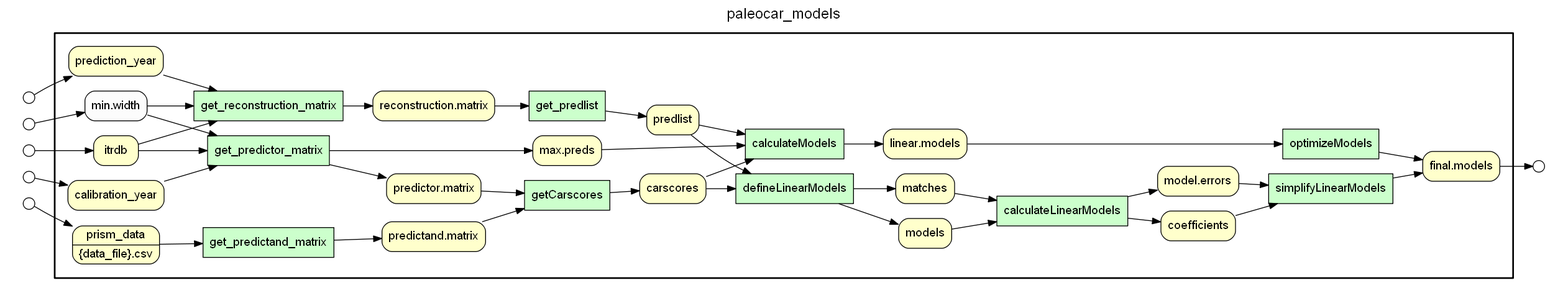
This is public/prospective_prov_img/paleocar_models_provenance.png from idaks/wt-prov-Summer-2017, a Graphviz export, as it was before one commit. Its source is kept beside it as .prov_scripts/gv_files/paleocar_models_provenance.gv. Source of this version:
```dot
digraph Workflow {
rankdir=LR
fontname=Helvetica; fontsize=18; labelloc=t
label=paleocar_models
subgraph cluster_workflow_box_outer { label=""; color=black; penwidth=2
subgraph cluster_workflow_box_inner { label=""; penwidth=0
node[shape=box style=filled fillcolor="#CCFFCC" peripheries=1 fontname=Helvetica]
get_predictor_matrix
get_reconstruction_matrix
get_predlist
get_predictand_matrix
getCarscores
calculateModels
defineLinearModels
calculateLinearModels
simplifyLinearModels
optimizeModels
node[shape=box style="rounded,filled" fillcolor="#FFFFCC" peripheries=1 fontname=Helvetica]
itrdb
calibration_year
prediction_year
"reconstruction.matrix"
prism_data [shape=record rankdir=LR label="{{<f0> prism_data |<f1> \{data_file\}.csv}}"];
"predictand.matrix"
"predictor.matrix"
predlist
carscores
"max.preds"
models
matches
coefficients
"model.errors"
"linear.models"
"final.models"
node[shape=box style="rounded,filled" fillcolor="#FCFCFC" peripheries=1 fontname=Helvetica]
"min.width"
get_predictor_matrix -> "predictor.matrix"
get_predictor_matrix -> "max.preds"
itrdb -> get_predictor_matrix
calibration_year -> get_predictor_matrix
"min.width" -> get_predictor_matrix
get_reconstruction_matrix -> "reconstruction.matrix"
itrdb -> get_reconstruction_matrix
prediction_year -> get_reconstruction_matrix
"min.width" -> get_reconstruction_matrix
get_predlist -> predlist
"reconstruction.matrix" -> get_predlist
get_predictand_matrix -> "predictand.matrix"
prism_data -> get_predictand_matrix
getCarscores -> carscores
"predictand.matrix" -> getCarscores
"predictor.matrix" -> getCarscores
calculateModels -> "linear.models"
predlist -> calculateModels
carscores -> calculateModels
"max.preds" -> calculateModels
defineLinearModels -> models
defineLinearModels -> matches
predlist -> defineLinearModels
carscores -> defineLinearModels
calculateLinearModels -> coefficients
calculateLinearModels -> "model.errors"
models -> calculateLinearModels
matches -> calculateLinearModels
simplifyLinearModels -> "final.models"
coefficients -> simplifyLinearModels
"model.errors" -> simplifyLinearModels
optimizeModels -> "final.models"
"linear.models" -> optimizeModels
}}
subgraph cluster_input_ports_group_outer { label=""; penwidth=0
subgraph cluster_input_ports_group_inner { label=""; penwidth=0
node[shape=circle style="rounded,filled" fillcolor="#FFFFFF" peripheries=1 fontname=Helvetica width=0.2]
itrdb_input_port [label=""]
prism_data_input_port [label=""]
calibration_year_input_port [label=""]
prediction_year_input_port [label=""]
"min.width_input_port" [label=""]
}}
subgraph cluster_output_ports_group_outer { label=""; penwidth=0
subgraph cluster_output_ports_group_inner { label=""; penwidth=0
node[shape=circle style="rounded,filled" fillcolor="#FFFFFF" peripheries=1 fontname=Helvetica width=0.2]
"final.models_output_port" [label=""]
}}
itrdb_input_port -> itrdb
prism_data_input_port -> prism_data
calibration_year_input_port -> calibration_year
prediction_year_input_port -> prediction_year
"min.width_input_port" -> "min.width"
"final.models" -> "final.models_output_port"
}
```
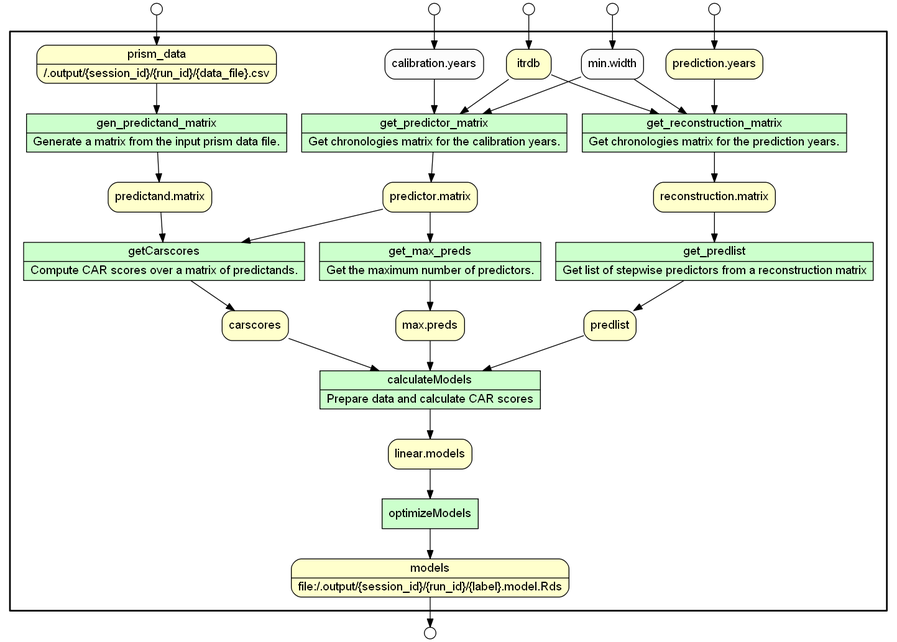
After the change.

What changed in the source:
```diff
@@ -1,52 +1,47 @@
 digraph Workflow {
-rankdir=LR
+rankdir=TB
 fontname=Helvetica; fontsize=18; labelloc=t
-label=paleocar_models
+label=""
 subgraph cluster_workflow_box_outer { label=""; color=black; penwidth=2
 subgraph cluster_workflow_box_inner { label=""; penwidth=0
 node[shape=box style=filled fillcolor="#CCFFCC" peripheries=1 fontname=Helvetica]
-get_predictor_matrix
-get_reconstruction_matrix
-get_predlist
-get_predictand_matrix
-getCarscores
-calculateModels
-defineLinearModels
-calculateLinearModels
-simplifyLinearModels
+get_predictor_matrix [shape=record rankdir=LR label="{<f0> get_predictor_matrix |<f1> Get chronologies matrix for the calibration years.}"];
+get_max_preds [shape=record rankdir=LR label="{<f0> get_max_preds |<f1> Get the maximum number of predictors.}"];
+get_reconstruction_matrix [shape=record rankdir=LR label="{<f0> get_reconstruction_matrix |<f1> Get chronologies matrix for the prediction years.}"];
+gen_predictand_matrix [shape=record rankdir=LR label="{<f0> gen_predictand_matrix |<f1> Generate a matrix from the input prism data file.}"];
+get_predlist [shape=record rankdir=LR label="{<f0> get_predlist |<f1> Get list of stepwise predictors from a reconstruction matrix}"];
+getCarscores [shape=record rankdir=LR label="{<f0> getCarscores |<f1> Compute CAR scores over a matrix of predictands.}"];
+calculateModels [shape=record rankdir=LR label="{<f0> calculateModels |<f1> Prepare data and calculate CAR scores}"];
 optimizeModels
 node[shape=box style="rounded,filled" fillcolor="#FFFFCC" peripheries=1 fontname=Helvetica]
+models [shape=record rankdir=LR label="{<f0> models |<f1> file\:/.output/\{session_id\}/\{run_id\}/\{label\}.model.Rds}"];
 itrdb
-calibration_year
-prediction_year
+"predictor.matrix"
+"prediction.years"
+prism_data [shape=record rankdir=LR label="{<f0> prism_data |<f1> /.output/\{session_id\}/\{run_id\}/\{data_file\}.csv}"];
 "reconstruction.matrix"
-prism_data [shape=record rankdir=LR label="{{<f0> prism_data |<f1> \{data_file\}.csv}}"];
 "predictand.matrix"
-"predictor.matrix"
 predlist
 carscores
 "max.preds"
-models
-matches
-coefficients
-"model.errors"
 "linear.models"
-"final.models"
 node[shape=box style="rounded,filled" fillcolor="#FCFCFC" peripheries=1 fontname=Helvetica]
+"calibration.years"
 "min.width"
 get_predictor_matrix -> "predictor.matrix"
-get_predictor_matrix -> "max.preds"
 itrdb -> get_predictor_matrix
-calibration_year -> get_predictor_matrix
+"calibration.years" -> get_predictor_matrix
 "min.width" -> get_predictor_matrix
+get_max_preds -> "max.preds"
+"predictor.matrix" -> get_max_preds
 get_reconstruction_matrix -> "reconstruction.matrix"
 itrdb -> get_reconstruction_matrix
-prediction_year -> get_reconstruction_matrix
+"prediction.years" -> get_reconstruction_matrix
 "min.width" -> get_reconstruction_matrix
+gen_predictand_matrix -> "predictand.matrix"
+prism_data -> gen_predictand_matrix
 get_predlist -> predlist
 "reconstruction.matrix" -> get_predlist
-get_predictand_matrix -> "predictand.matrix"
-prism_data -> get_predictand_matrix
 getCarscores -> carscores
 "predictand.matrix" -> getCarscores
 "predictor.matrix" -> getCarscores
@@ -54,38 +49,21 @@
 predlist -> calculateModels
 carscores -> calculateModels
 "max.preds" -> calculateModels
-defineLinearModels -> models
-defineLinearModels -> matches
-predlist -> defineLinearModels
-carscores -> defineLinearModels
-calculateLinearModels -> coefficients
-calculateLinearModels -> "model.errors"
-models -> calculateLinearModels
-matches -> calculateLinearModels
-simplifyLinearModels -> "final.models"
-coefficients -> simplifyLinearModels
-"model.errors" -> simplifyLinearModels
-optimizeModels -> "final.models"
+optimizeModels -> models
 "linear.models" -> optimizeModels
 }}
-subgraph cluster_input_ports_group_outer { label=""; penwidth=0
-subgraph cluster_input_ports_group_inner { label=""; penwidth=0
 node[shape=circle style="rounded,filled" fillcolor="#FFFFFF" peripheries=1 fontname=Helvetica width=0.2]
+prism_data_input_port [label=""]
+"calibration.years_input_port" [label=""]
+"prediction.years_input_port" [label=""]
 itrdb_input_port [label=""]
-prism_data_input_port [label=""]
-calibration_year_input_port [label=""]
-prediction_year_input_port [label=""]
 "min.width_input_port" [label=""]
-}}
-subgraph cluster_output_ports_group_outer { label=""; penwidth=0
-subgraph cluster_output_ports_group_inner { label=""; penwidth=0
 node[shape=circle style="rounded,filled" fillcolor="#FFFFFF" peripheries=1 fontname=Helvetica width=0.2]
-"final.models_output_port" [label=""]
-}}
+models_output_port [label=""]
+prism_data_input_port -> prism_data
+"calibration.years_input_port" -> "calibration.years"
+"prediction.years_input_port" -> "prediction.years"
 itrdb_input_port -> itrdb
-prism_data_input_port -> prism_data
-calibration_year_input_port -> calibration_year
-prediction_year_input_port -> prediction_year
 "min.width_input_port" -> "min.width"
-"final.models" -> "final.models_output_port"
+models -> models_output_port
 }
```
